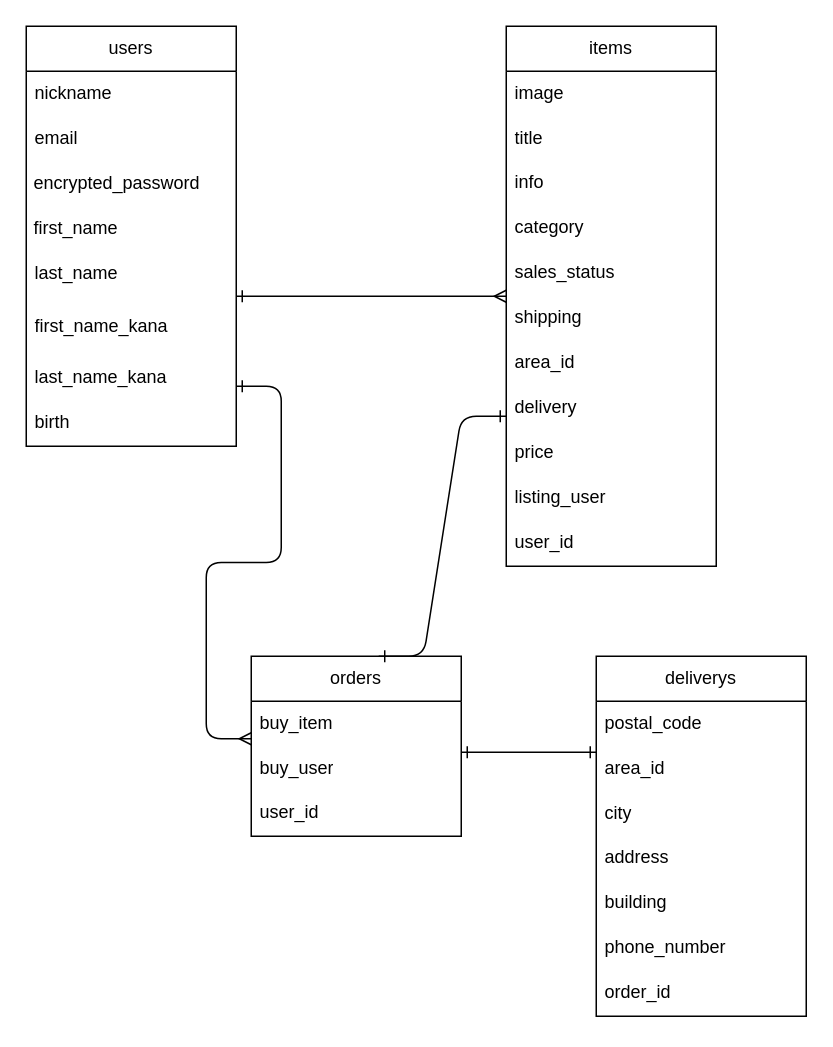
souta71/furima-40113 keeps this draw.io diagram as test.dio. Above is the earlier version. Source tidied: cells renumbered, new cells numbered last; positions are measured from the earlier drawing's top-left corner, leaving out a move shared by most shapes. Both pictures are drawn from the tidied source at 150%, with x=0, y=0 at pixel (26, 26).
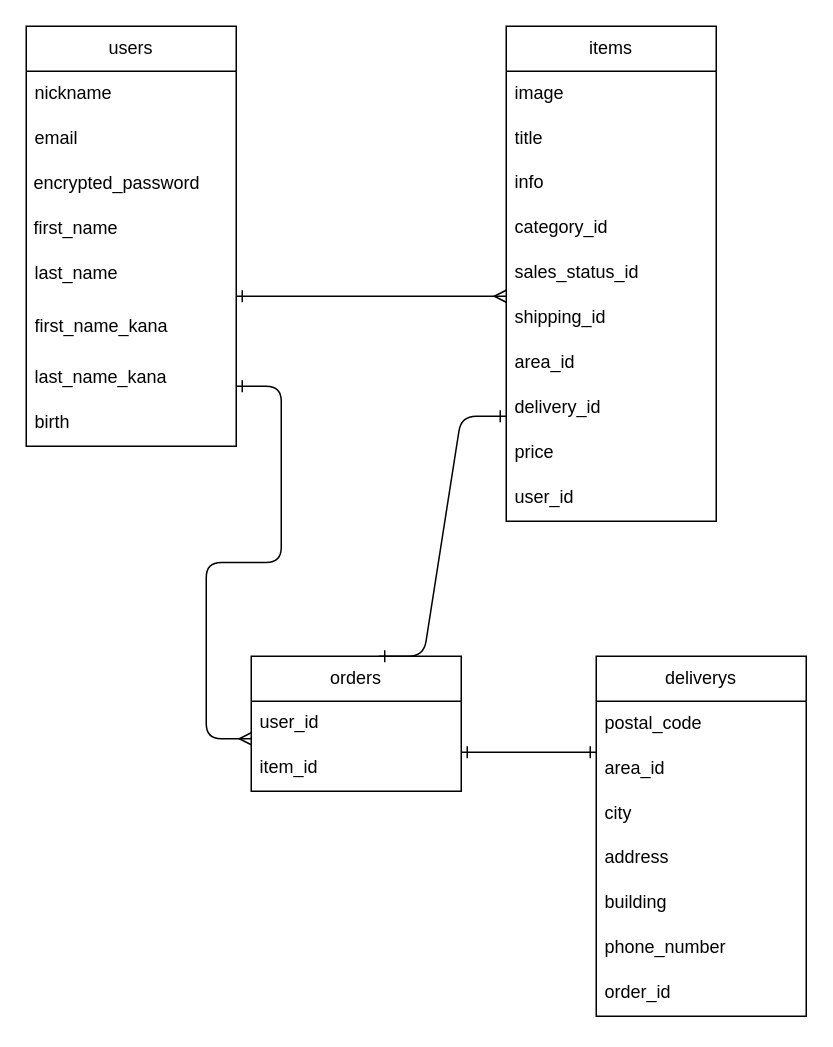
The same diagram, later.

Commit message (it also covers changes not shown here):
データベース設計3

Change to the diagram source:
```diff
@@
     <mxCell id="12" value="items" style="swimlane;fontStyle=0;horizontal=1;startSize=30;whiteSpace=wrap;html=1;" parent="1" vertex="1">
-      <mxGeometry x="320" width="140" height="360" as="geometry" />
+      <mxGeometry x="320" width="140" height="330" as="geometry" />
     </mxCell>
@@
-    <mxCell id="16" value="category" style="text;strokeColor=none;fillColor=none;spacingLeft=4;spacingRight=4;overflow=hidden;fontSize=12;shadow=0;labelBackgroundColor=none;" parent="12" vertex="1">
+    <mxCell id="16" value="category_id" style="text;strokeColor=none;fillColor=none;spacingLeft=4;spacingRight=4;overflow=hidden;fontSize=12;shadow=0;labelBackgroundColor=none;" parent="12" vertex="1">
       <mxGeometry y="120" width="140" height="30" as="geometry" />
     </mxCell>
-    <mxCell id="17" value="sales_status&#10;" style="text;strokeColor=none;fillColor=none;spacingLeft=4;spacingRight=4;overflow=hidden;fontSize=12;shadow=0;labelBackgroundColor=none;" parent="12" vertex="1">
+    <mxCell id="17" value="sales_status_id&#10;" style="text;strokeColor=none;fillColor=none;spacingLeft=4;spacingRight=4;overflow=hidden;fontSize=12;shadow=0;labelBackgroundColor=none;" parent="12" vertex="1">
       <mxGeometry y="150" width="140" height="30" as="geometry" />
     </mxCell>
-    <mxCell id="18" value="shipping" style="text;strokeColor=none;fillColor=none;spacingLeft=4;spacingRight=4;overflow=hidden;fontSize=12;shadow=0;labelBackgroundColor=none;" parent="12" vertex="1">
+    <mxCell id="18" value="shipping_id" style="text;strokeColor=none;fillColor=none;spacingLeft=4;spacingRight=4;overflow=hidden;fontSize=12;shadow=0;labelBackgroundColor=none;" parent="12" vertex="1">
       <mxGeometry y="180" width="140" height="30" as="geometry" />
     </mxCell>
@@
-    <mxCell id="20" value="delivery" style="text;strokeColor=none;fillColor=none;spacingLeft=4;spacingRight=4;overflow=hidden;fontSize=12;" parent="12" vertex="1">
+    <mxCell id="20" value="delivery_id" style="text;strokeColor=none;fillColor=none;spacingLeft=4;spacingRight=4;overflow=hidden;fontSize=12;" parent="12" vertex="1">
       <mxGeometry y="240" width="140" height="30" as="geometry" />
     </mxCell>
@@
-    <mxCell id="22" value="listing_user" style="text;strokeColor=none;fillColor=none;spacingLeft=4;spacingRight=4;overflow=hidden;fontSize=12;" parent="12" vertex="1">
-      <mxGeometry y="300" width="140" height="30" as="geometry" />
-    </mxCell>
     <mxCell id="23" value="user_id" style="text;strokeColor=none;fillColor=none;spacingLeft=4;spacingRight=4;overflow=hidden;fontSize=12;" parent="12" vertex="1">
-      <mxGeometry y="330" width="140" height="30" as="geometry" />
+      <mxGeometry y="300" width="140" height="30" as="geometry" />
     </mxCell>
     <mxCell id="24" value="orders" style="swimlane;fontStyle=0;horizontal=1;startSize=30;whiteSpace=wrap;html=1;" parent="1" vertex="1">
-      <mxGeometry x="150" y="420" width="140" height="120" as="geometry" />
+      <mxGeometry x="150" y="420" width="140" height="90" as="geometry" />
     </mxCell>
-    <mxCell id="25" value="buy_item" style="text;strokeColor=none;fillColor=none;align=left;verticalAlign=middle;spacingLeft=4;spacingRight=4;overflow=hidden;points=[[0,0.5],[1,0.5]];portConstraint=eastwest;whiteSpace=wrap;html=1;" parent="24" vertex="1">
-      <mxGeometry y="30" width="140" height="30" as="geometry" />
-    </mxCell>
-    <mxCell id="26" value="buy_user" style="text;strokeColor=none;fillColor=none;align=left;verticalAlign=middle;spacingLeft=4;spacingRight=4;overflow=hidden;whiteSpace=wrap;html=1;" parent="24" vertex="1">
-      <mxGeometry y="60" width="140" height="30" as="geometry" />
-    </mxCell>
-    <mxCell id="27" style="edgeStyle=none;html=1;entryX=0;entryY=0.5;entryDx=0;entryDy=0;" parent="24" edge="1" source="24" target="25">
-      <mxGeometry relative="1" as="geometry" />
+    <mxCell id="27" style="edgeStyle=none;html=1;entryX=0;entryY=0.5;entryDx=0;entryDy=0;" parent="24" edge="1" source="24">
+      <mxGeometry relative="1" as="geometry">
+        <mxPoint y="45" as="targetPoint" />
+      </mxGeometry>
     </mxCell>
     <mxCell id="28" value="user_id" style="text;strokeColor=none;fillColor=none;spacingLeft=4;spacingRight=4;overflow=hidden;fontSize=12;" parent="24" vertex="1">
-      <mxGeometry y="90" width="140" height="30" as="geometry" />
+      <mxGeometry y="30" width="140" height="30" as="geometry" />
     </mxCell>
+    <mxCell id="41" value="item_id" style="text;strokeColor=none;fillColor=none;spacingLeft=4;spacingRight=4;overflow=hidden;fontSize=12;" parent="24" vertex="1">
+      <mxGeometry y="60" width="140" height="30" as="geometry" />
+    </mxCell>
```
